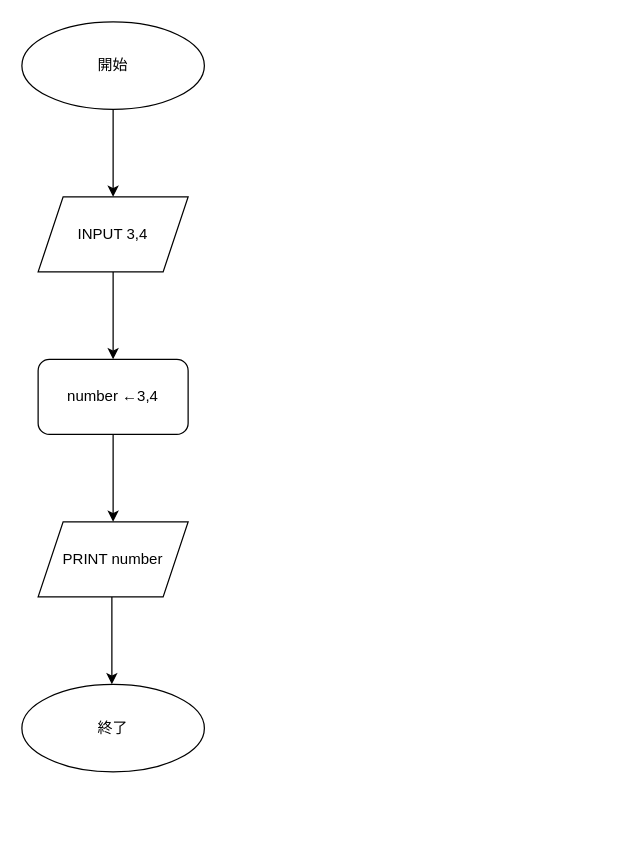
Above: 復習問題1.drawio in sohdai-sakuramoto/soddy (draw.io), before the change. Source tidied: cells renumbered, new cells numbered last; positions are measured from the earlier drawing's top-left corner, leaving out a move shared by most shapes. Both pictures are drawn from the tidied source at 125%, with x=0, y=0 at pixel (21, 21).
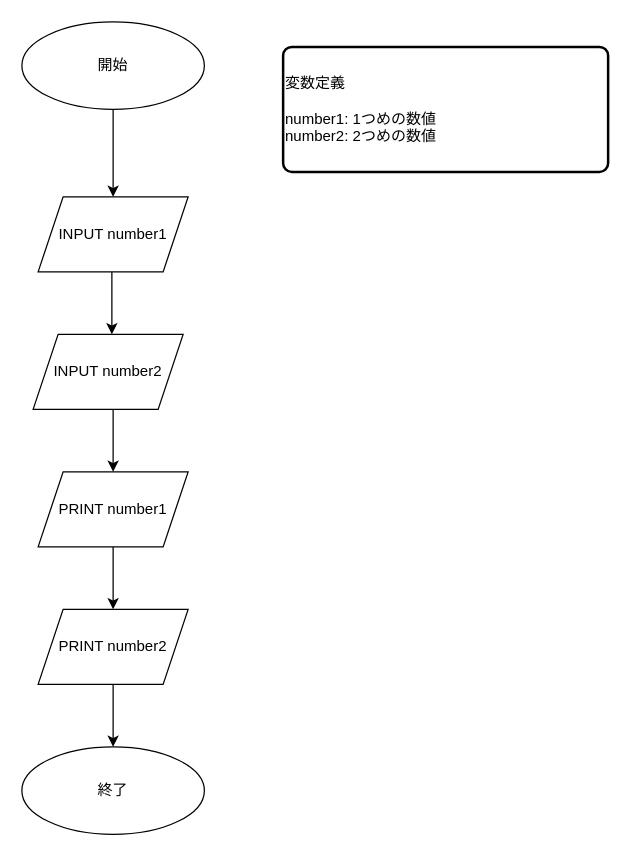
The same diagram, later.

Commit message:
復習問題1.drawio を更新します

Diff of the diagram source:
```diff
@@
 <mxGraphModel>
   <root>
     <mxCell id="0" />
     <mxCell id="1" parent="0" />
     <mxCell id="2" value="開始" style="ellipse;whiteSpace=wrap;html=1;" parent="1" vertex="1">
       <mxGeometry width="146" height="70" as="geometry" />
     </mxCell>
-    <mxCell id="3" style="endArrow=classic;html=1;" parent="1" edge="1">
+    <mxCell id="3" style="endArrow=classic;html=1;entryX=0.5;entryY=0;entryDx=0;entryDy=0;" parent="1" edge="1" target="4">
       <mxGeometry relative="1" as="geometry">
         <mxPoint x="73" y="70" as="sourcePoint" />
-        <mxPoint x="73" y="140" as="targetPoint" />
       </mxGeometry>
     </mxCell>
-    <mxCell id="4" value="INPUT 3,4" style="shape=parallelogram;perimeter=parallelogramPerimeter;whiteSpace=wrap;html=1;fixedSize=1;" parent="1" vertex="1">
+    <mxCell id="4" value="INPUT number1" style="shape=parallelogram;perimeter=parallelogramPerimeter;whiteSpace=wrap;html=1;fixedSize=1;" parent="1" vertex="1">
       <mxGeometry x="13" y="140" width="120" height="60" as="geometry" />
     </mxCell>
-    <mxCell id="5" value="PRINT number" style="shape=parallelogram;perimeter=parallelogramPerimeter;whiteSpace=wrap;html=1;fixedSize=1;" parent="1" vertex="1">
-      <mxGeometry x="13" y="400" width="120" height="60" as="geometry" />
+    <mxCell id="5" value="PRINT number1" style="shape=parallelogram;perimeter=parallelogramPerimeter;whiteSpace=wrap;html=1;fixedSize=1;" parent="1" vertex="1">
+      <mxGeometry x="13" y="360" width="120" height="60" as="geometry" />
     </mxCell>
-    <mxCell id="6" style="endArrow=classic;html=1;" parent="1" edge="1">
-      <mxGeometry relative="1" as="geometry">
-        <mxPoint x="73" y="200" as="sourcePoint" />
-        <mxPoint x="73" y="270" as="targetPoint" />
-      </mxGeometry>
-    </mxCell>
-    <mxCell id="7" value="number ←3,4" style="rounded=1;whiteSpace=wrap;html=1;" parent="1" vertex="1">
-      <mxGeometry x="13" y="270" width="120" height="60" as="geometry" />
-    </mxCell>
-    <mxCell id="8" style="endArrow=classic;html=1;" parent="1" edge="1">
-      <mxGeometry relative="1" as="geometry">
-        <mxPoint x="73" y="330" as="sourcePoint" />
-        <mxPoint x="73" y="400" as="targetPoint" />
-      </mxGeometry>
-    </mxCell>
     <mxCell id="9" value="終了" style="ellipse;whiteSpace=wrap;html=1;" parent="1" vertex="1">
-      <mxGeometry y="530" width="146" height="70" as="geometry" />
+      <mxGeometry y="580" width="146" height="70" as="geometry" />
     </mxCell>
-    <mxCell id="10" style="endArrow=classic;html=1;" parent="1" edge="1">
-      <mxGeometry relative="1" as="geometry">
-        <mxPoint x="72" y="460" as="sourcePoint" />
-        <mxPoint x="72" y="530" as="targetPoint" />
-      </mxGeometry>
-    </mxCell>
+    <mxCell id="11" value="INPUT number2" style="shape=parallelogram;perimeter=parallelogramPerimeter;whiteSpace=wrap;html=1;fixedSize=1;" parent="1" vertex="1">
+      <mxGeometry x="9" y="250" width="120" height="60" as="geometry" />
+    </mxCell>
+    <mxCell id="12" style="endArrow=classic;html=1;" parent="1" edge="1">
+      <mxGeometry relative="1" as="geometry">
+        <mxPoint x="72" y="200" as="sourcePoint" />
+        <mxPoint x="72" y="250" as="targetPoint" />
+      </mxGeometry>
+    </mxCell>
+    <mxCell id="13" style="endArrow=classic;html=1;" parent="1" edge="1">
+      <mxGeometry relative="1" as="geometry">
+        <mxPoint x="73" y="310" as="sourcePoint" />
+        <mxPoint x="73" y="360" as="targetPoint" />
+      </mxGeometry>
+    </mxCell>
+    <mxCell id="14" value="PRINT number2" style="shape=parallelogram;perimeter=parallelogramPerimeter;whiteSpace=wrap;html=1;fixedSize=1;" parent="1" vertex="1">
+      <mxGeometry x="13" y="470" width="120" height="60" as="geometry" />
+    </mxCell>
+    <mxCell id="15" style="endArrow=classic;html=1;" parent="1" edge="1">
+      <mxGeometry relative="1" as="geometry">
+        <mxPoint x="73" y="420" as="sourcePoint" />
+        <mxPoint x="73" y="470" as="targetPoint" />
+      </mxGeometry>
+    </mxCell>
+    <mxCell id="16" style="endArrow=classic;html=1;" parent="1" edge="1">
+      <mxGeometry relative="1" as="geometry">
+        <mxPoint x="73" y="530" as="sourcePoint" />
+        <mxPoint x="73" y="580" as="targetPoint" />
+      </mxGeometry>
+    </mxCell>
+    <mxCell id="17" value="変数定義&lt;br&gt;&lt;br&gt;number1: 1つめの数値&lt;br&gt;number2: 2つめの数値" style="rounded=1;whiteSpace=wrap;html=1;absoluteArcSize=1;arcSize=14;strokeWidth=2;align=left;" parent="1" vertex="1">
+      <mxGeometry x="209" y="20" width="260" height="100" as="geometry" />
+    </mxCell>
   </root>
 </mxGraphModel>
```
